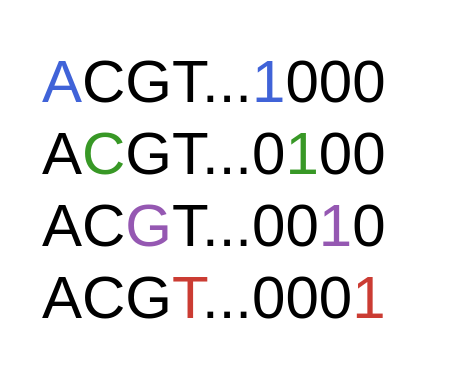
Before: docs/src/assets/logo.drawio in camilogarciabotero/BioVossEncoder.jl, a draw.io diagram. Source tidied: cells renumbered, new cells numbered last; positions are measured from the earlier drawing's top-left corner, leaving out a move shared by most shapes. Both pictures are drawn from the tidied source at 150%, with x=0, y=0 at pixel (26, 26).
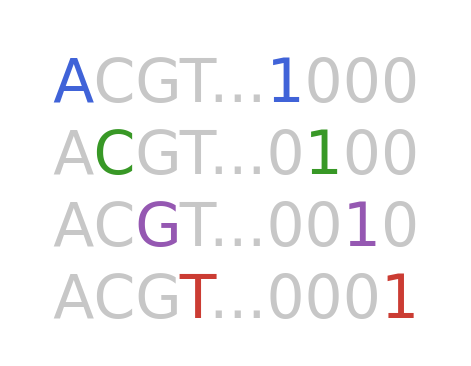
After the change.

Diff of the diagram source:
```diff
@@
 <mxGraphModel>
   <root>
     <mxCell id="0" />
     <mxCell id="1" parent="0" />
-    <mxCell id="2" value="&lt;font style=&quot;font-size: 40px;&quot;&gt;&lt;font color=&quot;#4063d8&quot; style=&quot;font-size: 40px;&quot;&gt;A&lt;/font&gt;&lt;font style=&quot;font-size: 40px;&quot;&gt;C&lt;/font&gt;&lt;font style=&quot;font-size: 40px;&quot;&gt;G&lt;/font&gt;&lt;font style=&quot;font-size: 40px;&quot;&gt;T&lt;/font&gt;...&lt;font color=&quot;#4063d8&quot; style=&quot;font-size: 40px;&quot;&gt;1&lt;/font&gt;000&lt;br style=&quot;&quot;&gt;&lt;font style=&quot;font-size: 40px;&quot;&gt;A&lt;/font&gt;&lt;font color=&quot;#389826&quot; style=&quot;font-size: 40px;&quot;&gt;C&lt;/font&gt;&lt;font style=&quot;font-size: 40px;&quot;&gt;G&lt;/font&gt;&lt;font style=&quot;font-size: 40px;&quot;&gt;T&lt;/font&gt;...0&lt;font color=&quot;#389826&quot; style=&quot;font-size: 40px;&quot;&gt;1&lt;/font&gt;00&lt;br style=&quot;&quot;&gt;&lt;font style=&quot;font-size: 40px;&quot;&gt;A&lt;/font&gt;&lt;font style=&quot;font-size: 40px;&quot;&gt;C&lt;/font&gt;&lt;font color=&quot;#9558b2&quot; style=&quot;font-size: 40px;&quot;&gt;G&lt;/font&gt;&lt;font style=&quot;font-size: 40px;&quot;&gt;T&lt;/font&gt;...00&lt;font color=&quot;#9558b2&quot; style=&quot;font-size: 40px;&quot;&gt;1&lt;/font&gt;0&lt;br style=&quot;&quot;&gt;&lt;font style=&quot;font-size: 40px;&quot;&gt;A&lt;/font&gt;&lt;font style=&quot;font-size: 40px;&quot;&gt;C&lt;/font&gt;&lt;font style=&quot;font-size: 40px;&quot;&gt;G&lt;/font&gt;&lt;font color=&quot;#cb3c33&quot; style=&quot;font-size: 40px;&quot;&gt;T&lt;/font&gt;...000&lt;font color=&quot;#cb3c33&quot; style=&quot;font-size: 40px;&quot;&gt;1&lt;/font&gt;&lt;/font&gt;" style="text;html=1;align=center;verticalAlign=middle;fillColor=none;rotation=0;fontSize=24;rounded=0;glass=0;horizontal=1;spacingTop=5;spacing=4;spacingLeft=0;labelBackgroundColor=none;labelBorderColor=none;" parent="1" vertex="1">
-      <mxGeometry width="250" height="210" as="geometry" />
+    <mxCell id="2" value="&lt;font style=&quot;font-size: 40px;&quot;&gt;&lt;font color=&quot;#4063d8&quot; style=&quot;font-size: 40px;&quot;&gt;A&lt;/font&gt;&lt;font color=&quot;#c7c7c7&quot;&gt;&lt;font style=&quot;font-size: 40px;&quot;&gt;C&lt;/font&gt;&lt;font style=&quot;font-size: 40px;&quot;&gt;G&lt;/font&gt;&lt;font style=&quot;font-size: 40px;&quot;&gt;T&lt;/font&gt;...&lt;/font&gt;&lt;font color=&quot;#4063d8&quot; style=&quot;font-size: 40px;&quot;&gt;1&lt;/font&gt;&lt;font color=&quot;#c7c7c7&quot;&gt;000&lt;/font&gt;&lt;br style=&quot;&quot;&gt;&lt;font color=&quot;#c7c7c7&quot; style=&quot;font-size: 40px;&quot;&gt;A&lt;/font&gt;&lt;font color=&quot;#389826&quot; style=&quot;font-size: 40px;&quot;&gt;C&lt;/font&gt;&lt;font color=&quot;#c7c7c7&quot;&gt;&lt;font style=&quot;font-size: 40px;&quot;&gt;G&lt;/font&gt;&lt;font style=&quot;font-size: 40px;&quot;&gt;T&lt;/font&gt;...0&lt;/font&gt;&lt;font color=&quot;#389826&quot; style=&quot;font-size: 40px;&quot;&gt;1&lt;/font&gt;&lt;font color=&quot;#c7c7c7&quot;&gt;00&lt;/font&gt;&lt;br style=&quot;&quot;&gt;&lt;font color=&quot;#c7c7c7&quot;&gt;&lt;font style=&quot;font-size: 40px;&quot;&gt;A&lt;/font&gt;&lt;font style=&quot;font-size: 40px;&quot;&gt;C&lt;/font&gt;&lt;/font&gt;&lt;font color=&quot;#9558b2&quot; style=&quot;font-size: 40px;&quot;&gt;G&lt;/font&gt;&lt;font color=&quot;#c7c7c7&quot;&gt;&lt;font style=&quot;font-size: 40px;&quot;&gt;T&lt;/font&gt;...00&lt;/font&gt;&lt;font color=&quot;#9558b2&quot; style=&quot;font-size: 40px;&quot;&gt;1&lt;/font&gt;&lt;font color=&quot;#c7c7c7&quot;&gt;0&lt;/font&gt;&lt;br style=&quot;&quot;&gt;&lt;font color=&quot;#c7c7c7&quot;&gt;&lt;font style=&quot;font-size: 40px;&quot;&gt;A&lt;/font&gt;&lt;font style=&quot;font-size: 40px;&quot;&gt;C&lt;/font&gt;&lt;font style=&quot;font-size: 40px;&quot;&gt;G&lt;/font&gt;&lt;/font&gt;&lt;font color=&quot;#cb3c33&quot; style=&quot;font-size: 40px;&quot;&gt;T&lt;/font&gt;&lt;font color=&quot;#c7c7c7&quot;&gt;...000&lt;/font&gt;&lt;font color=&quot;#cb3c33&quot; style=&quot;font-size: 40px;&quot;&gt;1&lt;/font&gt;&lt;/font&gt;" style="text;html=1;align=center;verticalAlign=middle;fillColor=none;rotation=0;fontSize=24;rounded=0;glass=0;horizontal=1;spacingTop=5;spacing=4;spacingLeft=0;labelBackgroundColor=none;labelBorderColor=none;shadow=0;fontFamily=Verdana;" parent="1" vertex="1">
+      <mxGeometry width="280" height="210" as="geometry" />
     </mxCell>
   </root>
 </mxGraphModel>
```
